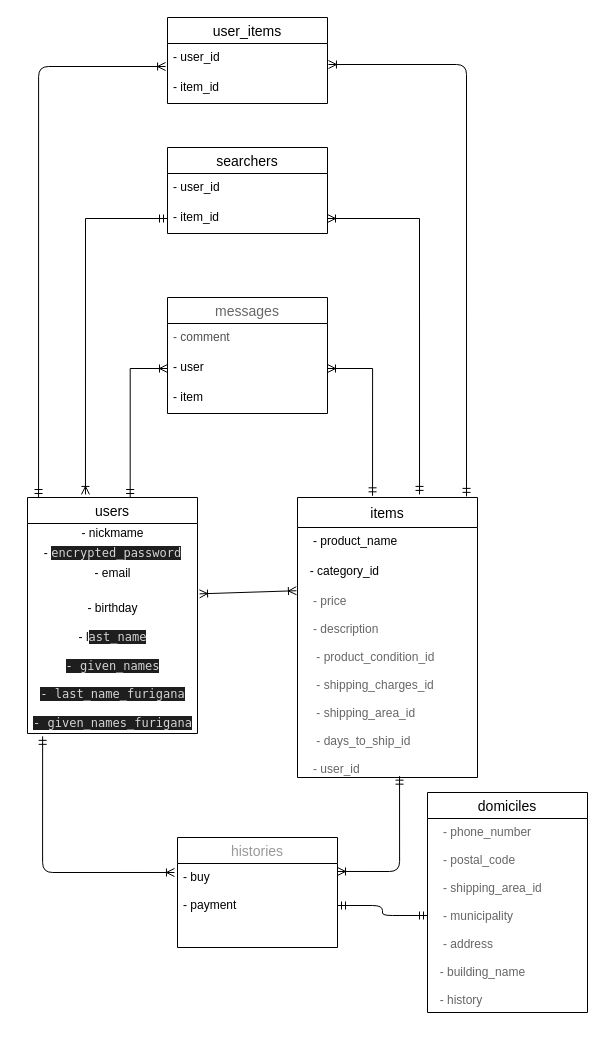
Above: furima.dio in kood-kood/furima-34573 (draw.io), before the change. Source tidied: cells renumbered, new cells numbered last; positions are measured from the earlier drawing's top-left corner, leaving out a move shared by most shapes. Both pictures are drawn from the tidied source at 100%, with x=0, y=0 at pixel (27, 17).
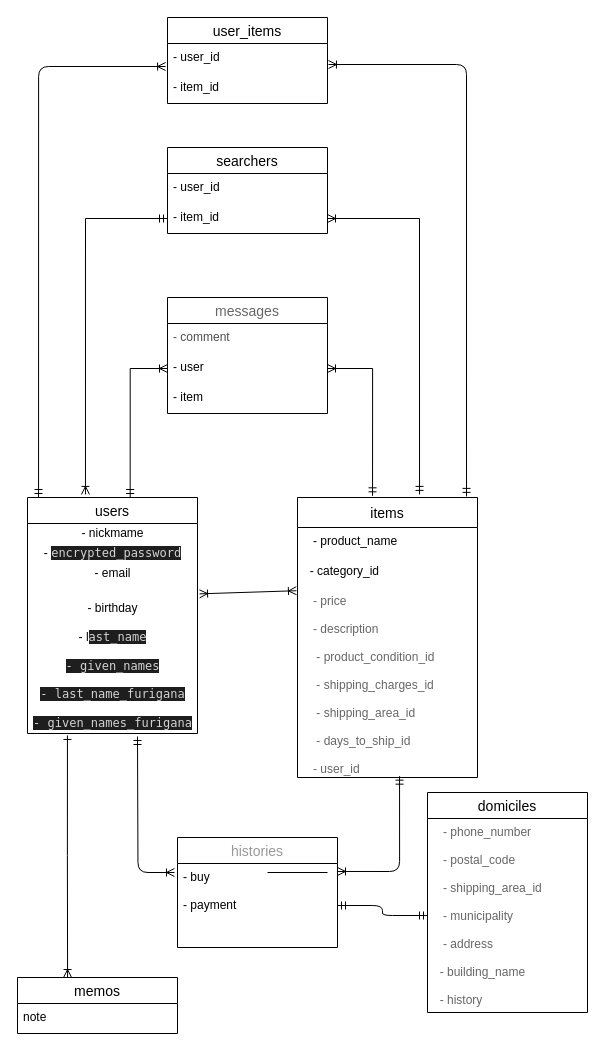
The same diagram, later.

Commit message (it also covers changes not shown here):
メモの設計図

Unchanged cells that the change refers to:
```xml
<mxCell id="6" value="&lt;br&gt;- birthday&lt;br&gt;&lt;br&gt;- l&lt;span style=&quot;background-color: rgb(30 , 30 , 30) ; color: rgb(212 , 212 , 212) ; font-family: &amp;#34;menlo&amp;#34; , &amp;#34;monaco&amp;#34; , &amp;#34;courier new&amp;#34; , monospace&quot;&gt;ast_name&lt;br&gt;&lt;br&gt;-&amp;nbsp;&lt;/span&gt;&lt;span style=&quot;background-color: rgb(30 , 30 , 30) ; color: rgb(212 , 212 , 212) ; font-family: &amp;#34;menlo&amp;#34; , &amp;#34;monaco&amp;#34; , &amp;#34;courier new&amp;#34; , monospace&quot;&gt;given_names&lt;br&gt;&lt;br&gt;-&amp;nbsp;&lt;/span&gt;&lt;span style=&quot;background-color: rgb(30 , 30 , 30) ; color: rgb(212 , 212 , 212) ; font-family: &amp;#34;menlo&amp;#34; , &amp;#34;monaco&amp;#34; , &amp;#34;courier new&amp;#34; , monospace&quot;&gt;last_name_furigana&lt;br&gt;&lt;br&gt;-&amp;nbsp;&lt;/span&gt;&lt;span style=&quot;background-color: rgb(30 , 30 , 30) ; color: rgb(212 , 212 , 212) ; font-family: &amp;#34;menlo&amp;#34; , &amp;#34;monaco&amp;#34; , &amp;#34;courier new&amp;#34; , monospace&quot;&gt;given_names_furigana&lt;/span&gt;" style="text;html=1;align=center;verticalAlign=middle;points=[];" parent="2" vertex="1">
  <mxGeometry y="86" width="170" height="150" as="geometry" />
</mxCell>
<mxCell id="12" value="- buy&#10;&#10;- payment&#10;" style="text;strokeColor=none;fillColor=none;spacingLeft=4;spacingRight=4;overflow=hidden;points=[[0,0.5],[1,0.5]];portConstraint=eastwest;fontSize=12;" parent="11" vertex="1">
  <mxGeometry y="26" width="160" height="84" as="geometry" />
</mxCell>
```

What changed in the source:
```diff
@@
-    <mxCell id="23" style="edgeStyle=orthogonalEdgeStyle;fontSize=12;html=1;endArrow=ERoneToMany;startArrow=ERmandOne;entryX=-0.019;entryY=0.107;entryDx=0;entryDy=0;entryPerimeter=0;exitX=0.089;exitY=1.019;exitDx=0;exitDy=0;exitPerimeter=0;" parent="1" edge="1" source="6" target="12">
-      <mxGeometry relative="1" as="geometry" />
+    <mxCell id="23" style="edgeStyle=orthogonalEdgeStyle;fontSize=12;html=1;endArrow=ERoneToMany;startArrow=ERmandOne;entryX=-0.019;entryY=0.107;entryDx=0;entryDy=0;entryPerimeter=0;" parent="1" edge="1" target="12">
+      <mxGeometry relative="1" as="geometry">
+        <mxPoint x="110" y="719" as="sourcePoint" />
+      </mxGeometry>
     </mxCell>
@@
+    <mxCell id="35" value="memos" style="swimlane;fontStyle=0;horizontal=1;startSize=26;align=center;fontSize=14;" parent="1" vertex="1">
+      <mxGeometry x="-10" y="960" width="160" height="56" as="geometry" />
+    </mxCell>
+    <mxCell id="36" value="note" style="text;strokeColor=none;fillColor=none;spacingLeft=4;spacingRight=4;overflow=hidden;fontSize=12;" parent="35" vertex="1">
+      <mxGeometry y="26" width="160" height="30" as="geometry" />
+    </mxCell>
+    <mxCell id="37" style="line;strokeWidth=1;dashed=0;labelPosition=right;align=left;verticalAlign=middle;spacingTop=0;spacingLeft=6;" parent="1" vertex="1">
+      <mxGeometry x="240" y="850" width="60" height="10" as="geometry" />
+    </mxCell>
+    <mxCell id="38" style="edgeStyle=entityRelationEdgeStyle;fontSize=12;html=1;endArrow=ERoneToMany;startArrow=ERmandOne;strokeColor=none;" parent="1" edge="1">
+      <mxGeometry relative="1" as="geometry">
+        <mxPoint x="40" y="750" as="sourcePoint" />
+        <mxPoint x="90" y="930" as="targetPoint" />
+      </mxGeometry>
+    </mxCell>
+    <mxCell id="39" style="edgeStyle=orthogonalEdgeStyle;rounded=0;jettySize=auto;html=1;entryX=0.313;entryY=0;entryDx=0;entryDy=0;entryPerimeter=0;exitX=0.235;exitY=1.013;exitDx=0;exitDy=0;exitPerimeter=0;startArrow=ERone;startFill=0;endArrow=ERoneToMany;endFill=0;" parent="1" edge="1" source="6" target="35">
+      <mxGeometry relative="1" as="geometry" />
+    </mxCell>
```
